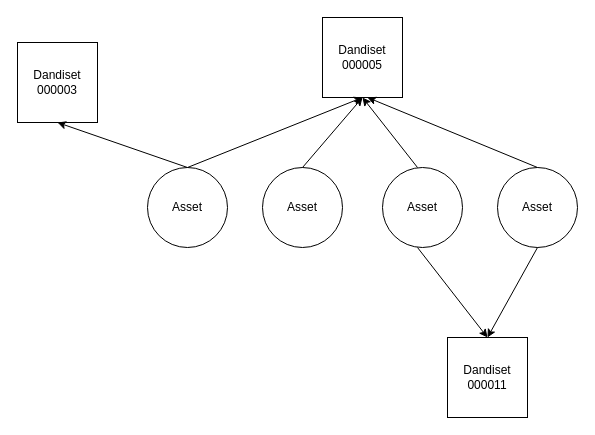
Earlier version of the draw.io diagram AssetDandisetM2M.drawio (mvandenburgh/rcte-talk). Source tidied: cells renumbered, new cells numbered last; positions are measured from the earlier drawing's top-left corner, leaving out a move shared by most shapes. Both pictures are drawn from the tidied source at 100%, with x=0, y=0 at pixel (17, 17).
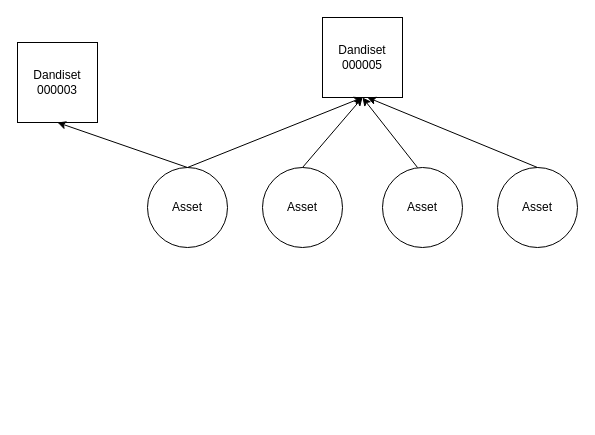
The same page after the edit.

What changed in the source:
```diff
@@
-    <mxCell id="16" style="whiteSpace=wrap;html=1;" parent="1" vertex="1">
-      <mxGeometry x="430" y="320" width="80" height="80" as="geometry" />
-    </mxCell>
-    <mxCell id="17" value="Dandiset 000011" style="text;html=1;align=center;verticalAlign=middle;whiteSpace=wrap;rounded=0;" parent="1" vertex="1">
-      <mxGeometry x="440" y="345" width="60" height="30" as="geometry" />
-    </mxCell>
@@
-    <mxCell id="21" style="endArrow=classic;html=1;rounded=0;entryX=0.5;entryY=0;entryDx=0;entryDy=0;" parent="1" edge="1" target="16">
-      <mxGeometry relative="1" as="geometry">
-        <mxPoint x="400" y="230" as="sourcePoint" />
-      </mxGeometry>
-    </mxCell>
-    <mxCell id="22" style="endArrow=classic;html=1;rounded=0;entryX=0.5;entryY=0;entryDx=0;entryDy=0;" parent="1" edge="1" target="16">
-      <mxGeometry relative="1" as="geometry">
-        <mxPoint x="520" y="230" as="sourcePoint" />
-      </mxGeometry>
-    </mxCell>
```
